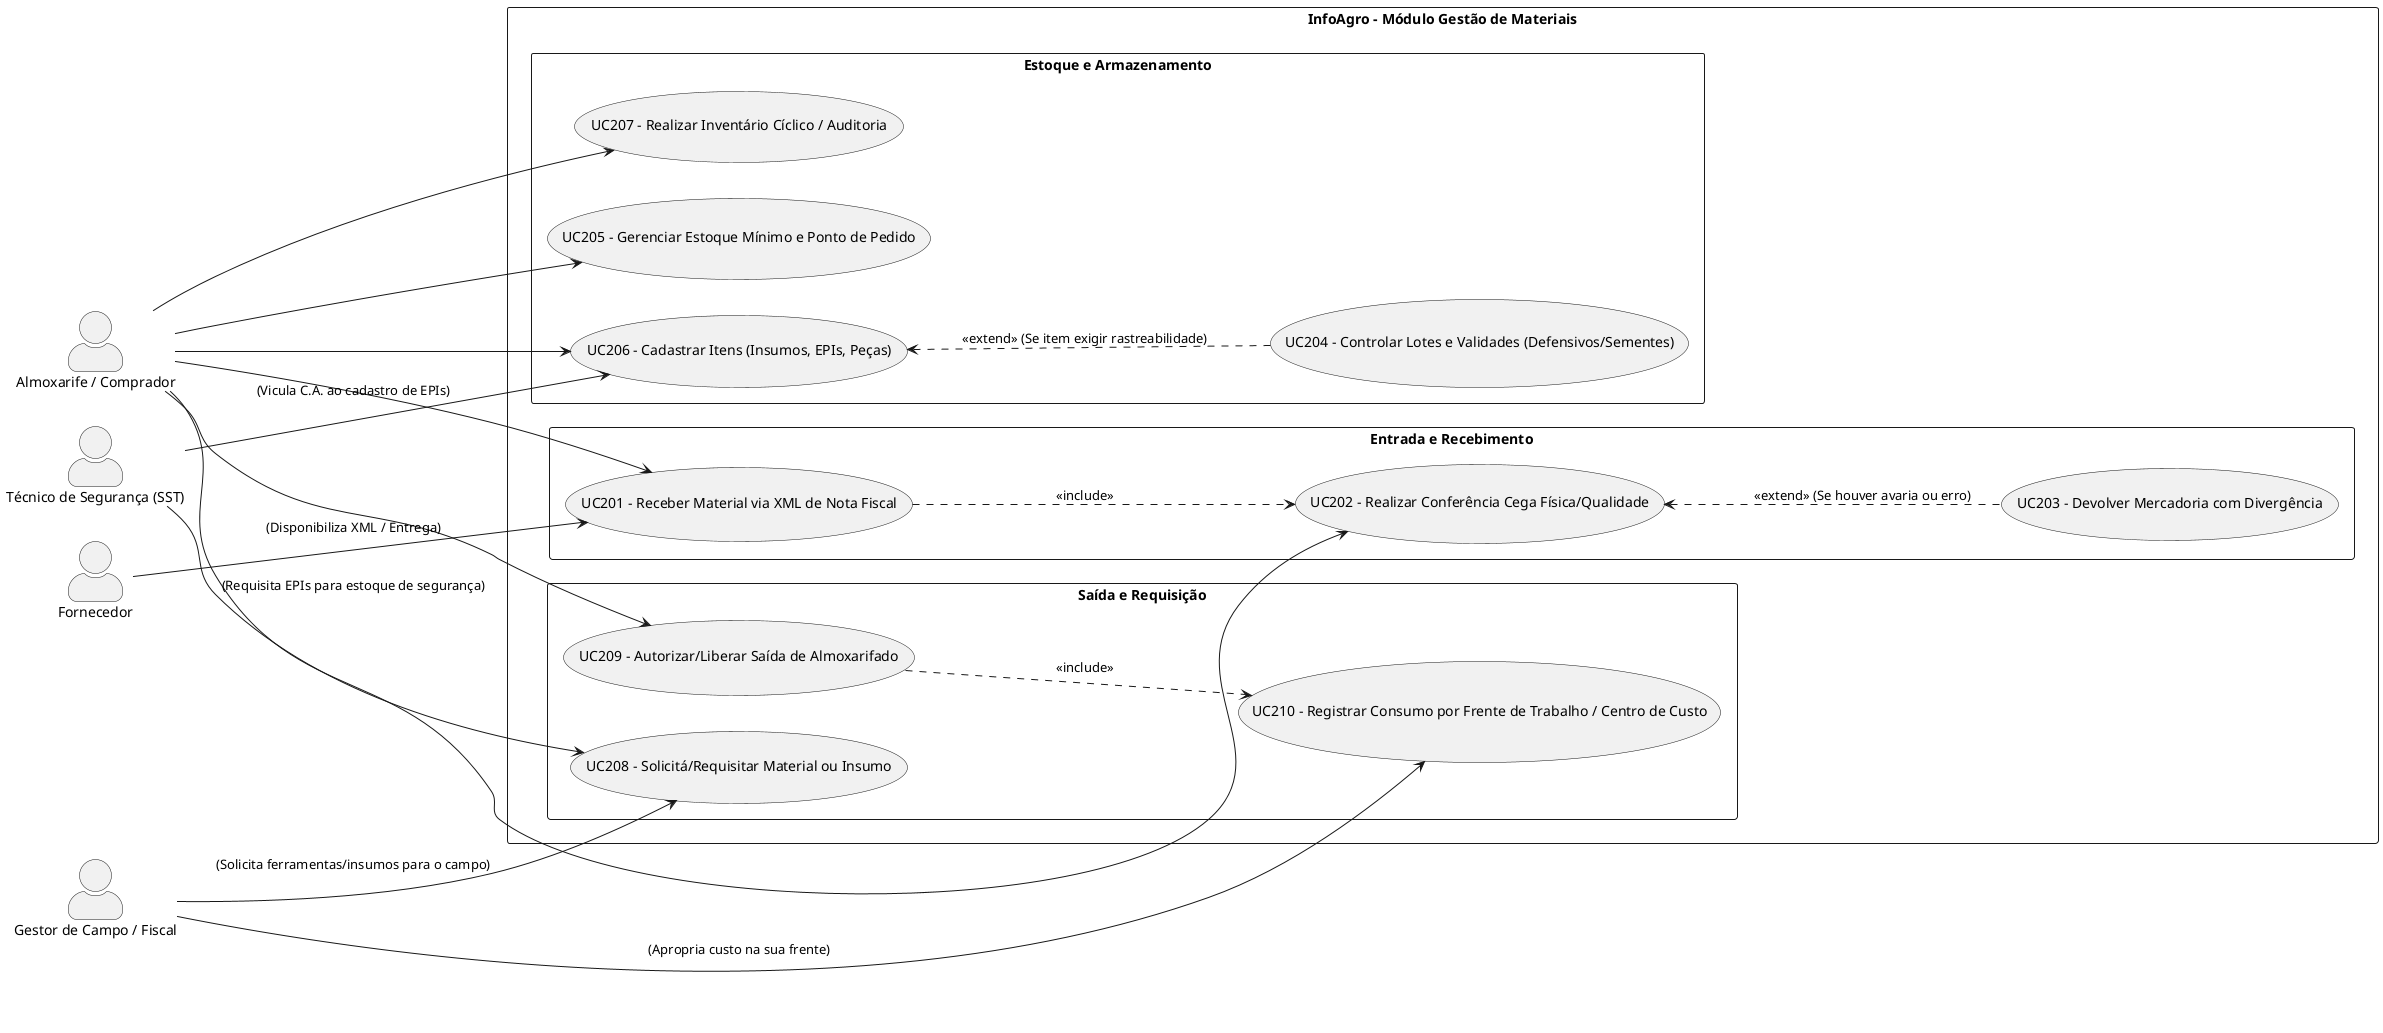
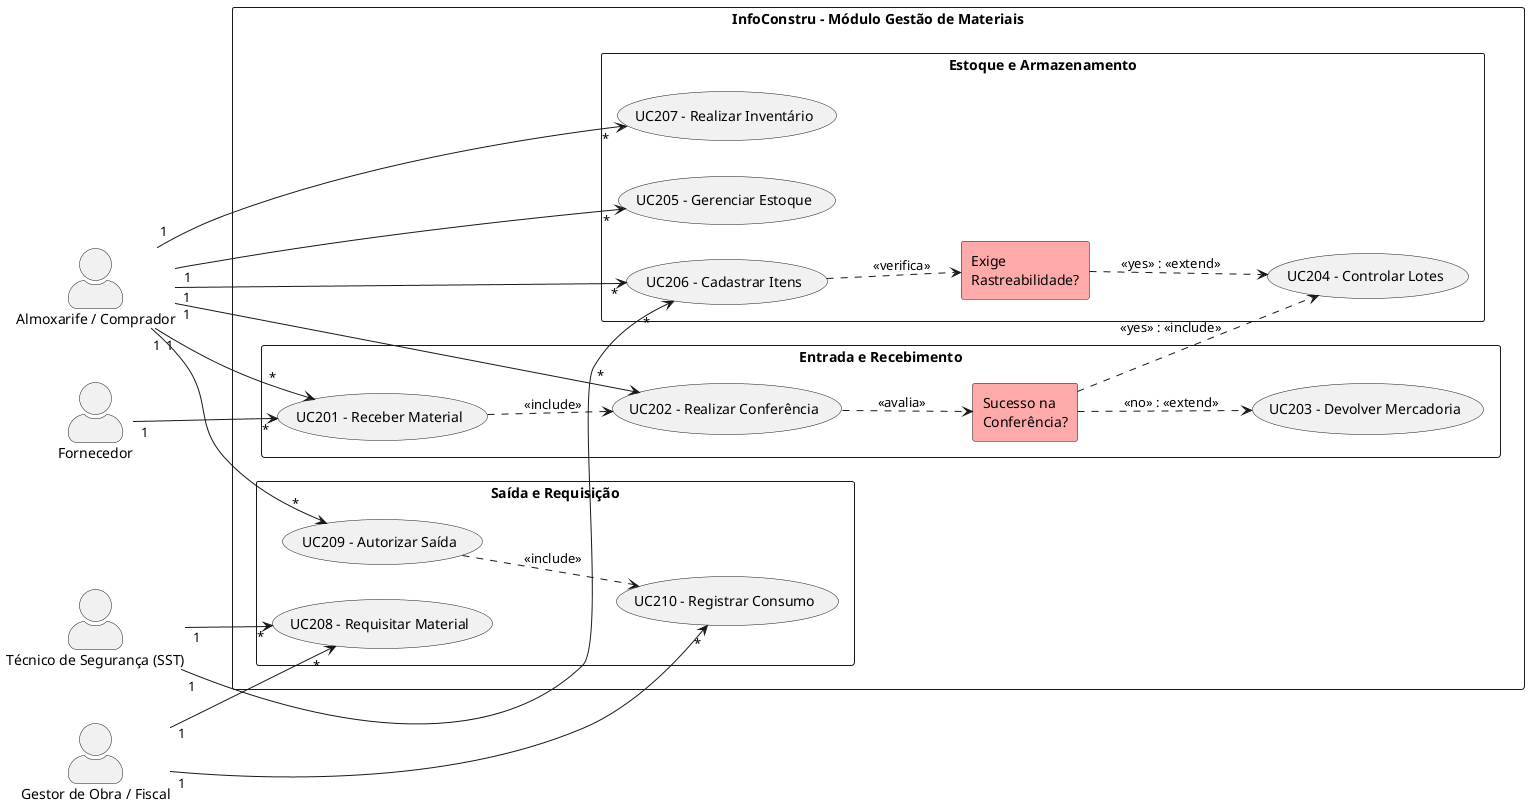
- @startuml InfoAgro - Gestão de Materiais
+ @startuml InfoConstru - Gestão de Materiais
left to right direction
skinparam packageStyle rectangle
skinparam actorStyle awesome

actor "Almoxarife / Comprador" as Almoxarife
- actor "Gestor de Campo / Fiscal" as Gestor
+ actor "Gestor de Obra / Fiscal" as Gestor
actor "Técnico de Segurança (SST)" as SST
actor "Fornecedor" as Fornecedor

- rectangle "InfoAgro - Módulo Gestão de Materiais" {
+ rectangle "InfoConstru - Módulo Gestão de Materiais" {

    package "Entrada e Recebimento" {
-         usecase "UC201 - Receber Material via XML de Nota Fiscal" as UC201
-         usecase "UC202 - Realizar Conferência Cega Física/Qualidade" as UC202
-         usecase "UC203 - Devolver Mercadoria com Divergência" as UC203
+         usecase "UC201 - Receber Material" as UC201
+         usecase "UC202 - Realizar Conferência" as UC202
+         usecase "UC203 - Devolver Mercadoria" as UC203
+ 
+         ' Decisão quadrada para a conferência
+         rectangle "Sucesso na\nConferência?" as DecisaoConf #FFAAAA
    }

    package "Estoque e Armazenamento" {
-         usecase "UC204 - Controlar Lotes e Validades (Defensivos/Sementes)" as UC204
-         usecase "UC205 - Gerenciar Estoque Mínimo e Ponto de Pedido" as UC205
-         usecase "UC206 - Cadastrar Itens (Insumos, EPIs, Peças)" as UC206
-         usecase "UC207 - Realizar Inventário Cíclico / Auditoria" as UC207
+         usecase "UC204 - Controlar Lotes" as UC204
+         usecase "UC205 - Gerenciar Estoque" as UC205
+         usecase "UC206 - Cadastrar Itens" as UC206
+         usecase "UC207 - Realizar Inventário" as UC207
+ 
+         ' Decisão quadrada para regras de cadastro
+         rectangle "Exige\nRastreabilidade?" as DecisaoItem #FFAAAA
    }

    package "Saída e Requisição" {
-         usecase "UC208 - Solicitá/Requisitar Material ou Insumo" as UC208
-         usecase "UC209 - Autorizar/Liberar Saída de Almoxarifado" as UC209
-         usecase "UC210 - Registrar Consumo por Frente de Trabalho / Centro de Custo" as UC210
+         usecase "UC208 - Requisitar Material" as UC208
+         usecase "UC209 - Autorizar Saída" as UC209
+         usecase "UC210 - Registrar Consumo" as UC210
    }

-     ' Relacionamentos de inclusão e extensão
+     ' Relacionamentos e Fluxos com Decisões
    UC201 ..> UC202 : <<include>>
-     UC202 <.. UC203 : <<extend>> (Se houver avaria ou erro)
-     UC206 <.. UC204 : <<extend>> (Se item exigir rastreabilidade)
+     UC202 ..> DecisaoConf : <<avalia>>
+     DecisaoConf ..> UC203 : <<no>> : <<extend>>
+     DecisaoConf ..> UC204 : <<yes>> : <<include>>
+ 
+     UC206 ..> DecisaoItem : <<verifica>>
+     DecisaoItem ..> UC204 : <<yes>> : <<extend>>
+ 
    UC209 ..> UC210 : <<include>>
}

- ' Associações dos Atores
- Almoxarife --> UC201
- Almoxarife --> UC202
- Almoxarife --> UC205
- Almoxarife --> UC206
- Almoxarife --> UC207
- Almoxarife --> UC209
+ ' Associações com Multiplicidade (Estilo Entidade-Relacionamento)
+ Almoxarife "1" --> "*" UC201
+ Almoxarife "1" --> "*" UC202
+ Almoxarife "1" --> "*" UC205
+ Almoxarife "1" --> "*" UC206
+ Almoxarife "1" --> "*" UC207
+ Almoxarife "1" --> "*" UC209

- Gestor --> UC208 : (Solicita ferramentas/insumos para o campo)
- Gestor --> UC210 : (Apropria custo na sua frente)
+ Gestor "1" --> "*" UC208
+ Gestor "1" --> "*" UC210

- SST --> UC206 : (Vicula C.A. ao cadastro de EPIs)
- SST --> UC208 : (Requisita EPIs para estoque de segurança)
+ SST "1" --> "*" UC206
+ SST "1" --> "*" UC208

- Fornecedor --> UC201 : (Disponibiliza XML / Entrega)
+ Fornecedor "1" --> "*" UC201

@enduml